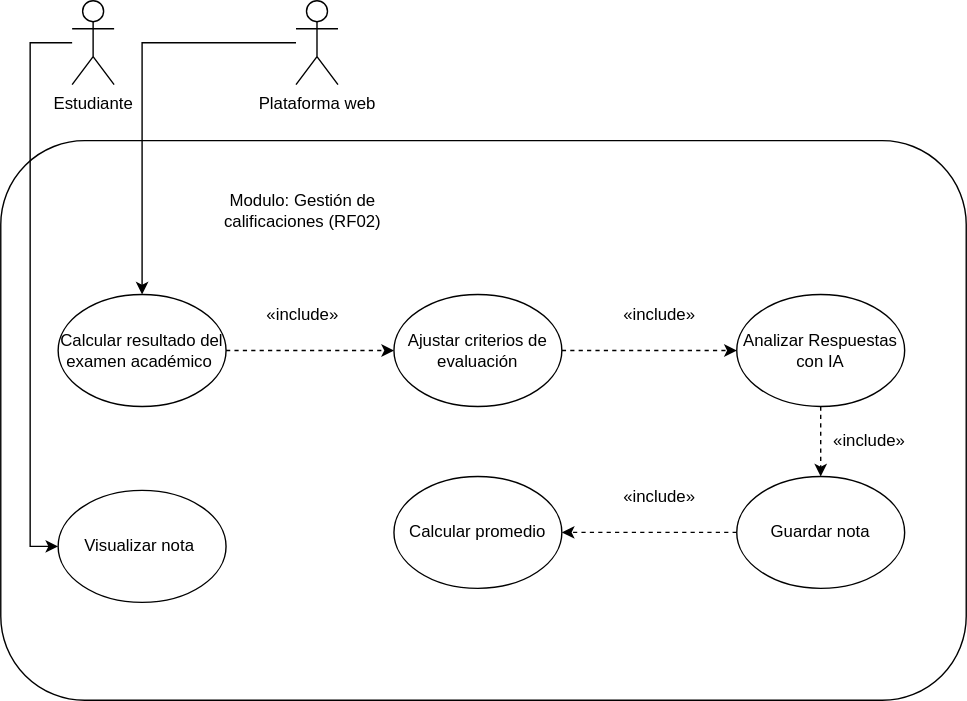
The draw.io diagram docs/diagrams/usecases/UCD-gestionDeCalificaciones.svg in Juanb7737/calificia, before a commit. Source tidied: cells renumbered, new cells last; positions are measured from the earlier drawing's top-left corner, leaving out a move shared by most shapes.
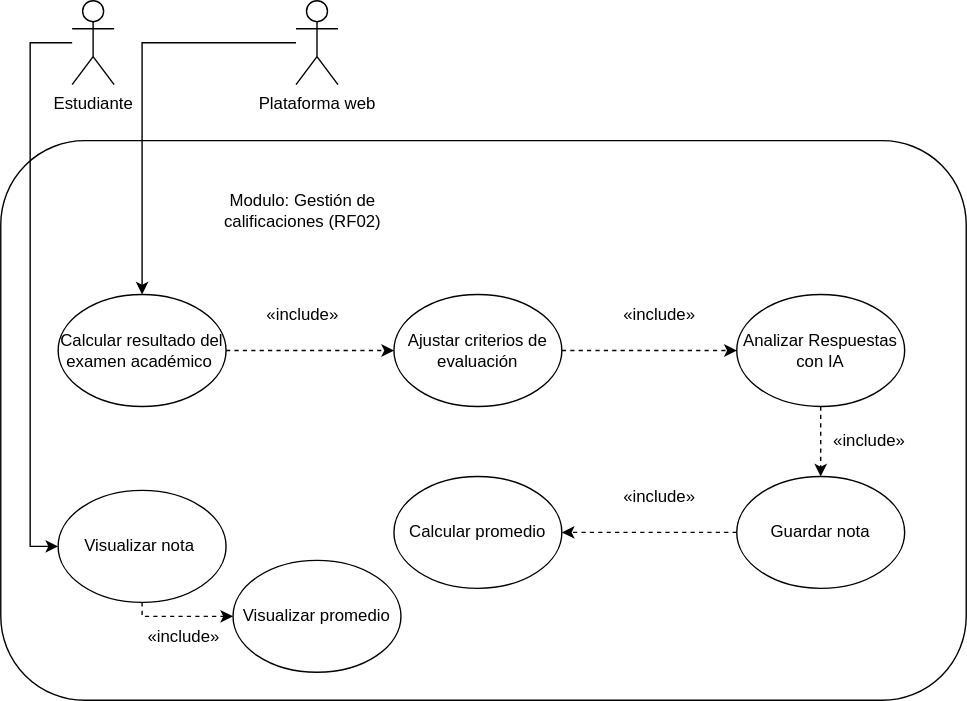
The same file after the commit.

Change to the diagram source:
```diff
@@ -23,6 +23,13 @@
     <mxCell id="8" value="Ajustar criterios de evaluación" style="ellipse;whiteSpace=wrap;html=1;" parent="1" vertex="1">
       <mxGeometry x="281" y="210" width="120" height="80" as="geometry" />
     </mxCell>
+    <mxCell id="22" style="edgeStyle=orthogonalEdgeStyle;rounded=0;jettySize=auto;html=1;entryX=0;entryY=0.5;entryDx=0;entryDy=0;dashed=1;" parent="1" edge="1" source="9" target="23">
+      <mxGeometry relative="1" as="geometry">
+        <Array as="points">
+          <mxPoint x="101" y="440" />
+        </Array>
+      </mxGeometry>
+    </mxCell>
     <mxCell id="9" value="Visualizar nota&amp;nbsp;" style="ellipse;whiteSpace=wrap;html=1;" parent="1" vertex="1">
       <mxGeometry x="41" y="350" width="120" height="80" as="geometry" />
     </mxCell>
@@ -71,5 +78,11 @@
     <mxCell id="21" value="«include»" style="text;html=1;align=center;verticalAlign=middle;whiteSpace=wrap;rounded=0;" parent="1" vertex="1">
       <mxGeometry x="186" y="210" width="60" height="30" as="geometry" />
     </mxCell>
+    <mxCell id="23" value="Visualizar promedio" style="ellipse;whiteSpace=wrap;html=1;" parent="1" vertex="1">
+      <mxGeometry x="166" y="400" width="120" height="80" as="geometry" />
+    </mxCell>
+    <mxCell id="24" value="«include»" style="text;html=1;align=center;verticalAlign=middle;whiteSpace=wrap;rounded=0;" parent="1" vertex="1">
+      <mxGeometry x="101" y="440" width="60" height="30" as="geometry" />
+    </mxCell>
   </root>
 </mxGraphModel>
```
